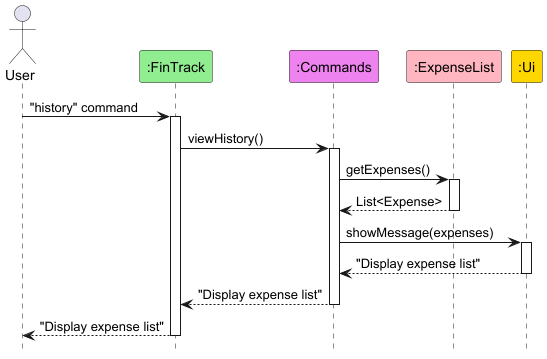
This is docs/diagrams/ViewHistoryCommand.png from AY2425S2-CS2113-W12-3/tp, a PlantUML export, as it was before one commit.
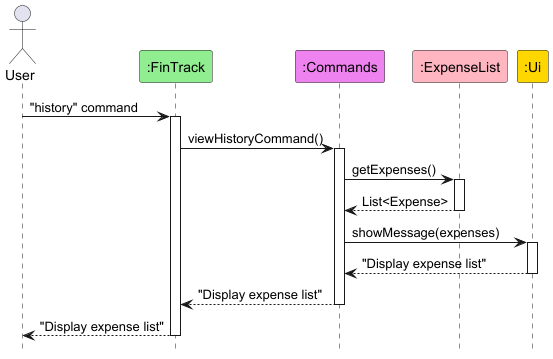
The same diagram one commit later.

What changed in the source:
```diff
@@ -5,24 +5,24 @@
 actor User
 
 participant ":FinTrack" as FinTrack #90EE90
-participant ":Commands" as Commands #EE82EE
+participant ":Commands" as AllCommands #EE82EE
 participant ":ExpenseList" as ExpenseList #FFB6C1
 participant ":Ui" as Ui #FFD700
 
 User -> FinTrack : "history" command
 activate FinTrack
-FinTrack -> Commands : viewHistory()
-activate Commands
-Commands -> ExpenseList : getExpenses()
+FinTrack -> AllCommands : viewHistoryCommand()
+activate AllCommands
+AllCommands -> ExpenseList : getExpenses()
 activate ExpenseList
-ExpenseList --> Commands : List<Expense>
+ExpenseList --> AllCommands : List<Expense>
 deactivate ExpenseList
-Commands -> Ui : showMessage(expenses)
+AllCommands -> Ui : showMessage(expenses)
 activate Ui
-Ui --> Commands : "Display expense list"
+Ui --> AllCommands : "Display expense list"
 deactivate Ui
-Commands --> FinTrack : "Display expense list"
-deactivate Commands
+AllCommands --> FinTrack : "Display expense list"
+deactivate AllCommands
 FinTrack --> User : "Display expense list"
 deactivate FinTrack
 
```
